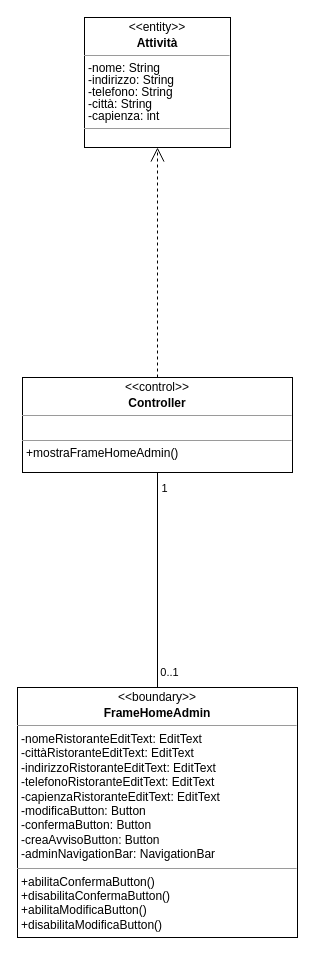
Earlier version of the draw.io diagram Documentazione/Class Diagram/Analisi/drawio/Analysis Class Diagram - Personalizza Attività.drawio (vittorioruggiero/Progetto-IngSw). Source tidied: cells renumbered, new cells numbered last; positions are measured from the earlier drawing's top-left corner, leaving out a move shared by most shapes. Both pictures are drawn from the tidied source at 100%, with x=0, y=0 at pixel (17, 17).
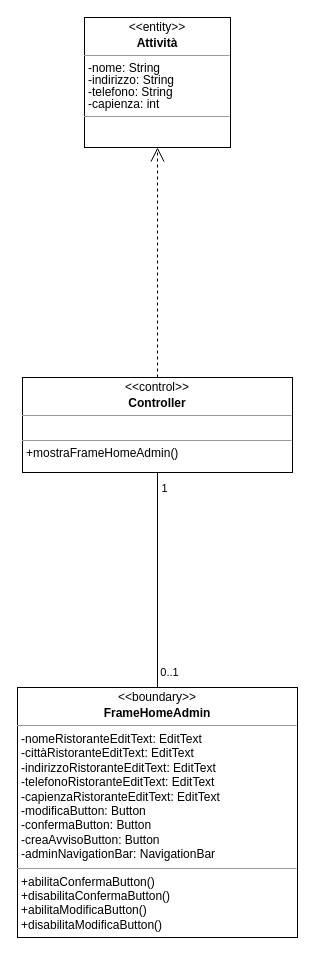
The same page after the edit.

Commit message (it also covers changes not shown here):
piccole modifiche class diagram

Diff of the diagram source:
```diff
@@
 <mxGraphModel>
   <root>
     <mxCell id="0" />
     <mxCell id="1" parent="0" />
     <mxCell id="2" value="&lt;p style=&quot;margin: 4px 0px 0px; text-align: center; line-height: 100%;&quot;&gt;&amp;lt;&amp;lt;boundary&amp;gt;&amp;gt;&lt;/p&gt;&lt;p style=&quot;margin: 4px 0px 0px; text-align: center; line-height: 100%;&quot;&gt;&lt;b&gt;FrameHomeAdmin&lt;/b&gt;&lt;/p&gt;&lt;hr size=&quot;1&quot;&gt;&lt;p style=&quot;margin:0px;margin-left:4px;&quot;&gt;-nomeRistoranteEditText: EditText&lt;/p&gt;&lt;p style=&quot;margin:0px;margin-left:4px;&quot;&gt;&lt;span style=&quot;background-color: initial;&quot;&gt;-cittàRistoranteEditText: EditText&lt;/span&gt;&lt;/p&gt;&lt;p style=&quot;margin:0px;margin-left:4px;&quot;&gt;&lt;span style=&quot;background-color: initial;&quot;&gt;-indirizzoRistoranteEditText: EditText&lt;/span&gt;&lt;/p&gt;&lt;p style=&quot;margin:0px;margin-left:4px;&quot;&gt;&lt;span style=&quot;background-color: initial;&quot;&gt;-telefonoRistoranteEditText: EditText&lt;/span&gt;&lt;/p&gt;&lt;p style=&quot;margin:0px;margin-left:4px;&quot;&gt;-capienzaRistoranteEditText: EditText&lt;/p&gt;&lt;p style=&quot;margin:0px;margin-left:4px;&quot;&gt;-modificaButton: Button&lt;/p&gt;&lt;p style=&quot;margin:0px;margin-left:4px;&quot;&gt;-confermaButton: Button&lt;/p&gt;&lt;p style=&quot;margin:0px;margin-left:4px;&quot;&gt;-creaAvvisoButton: Button&lt;/p&gt;&lt;p style=&quot;margin:0px;margin-left:4px;&quot;&gt;&lt;span style=&quot;background-color: initial;&quot;&gt;-adminNavigationBar: NavigationBar&lt;/span&gt;&lt;br&gt;&lt;/p&gt;&lt;hr size=&quot;1&quot;&gt;&lt;p style=&quot;margin:0px;margin-left:4px;&quot;&gt;&lt;span style=&quot;background-color: initial;&quot;&gt;+abilitaConfermaButton()&lt;/span&gt;&lt;br&gt;&lt;/p&gt;&lt;p style=&quot;margin:0px;margin-left:4px;&quot;&gt;+disabilitaConfermaButton()&lt;br&gt;&lt;/p&gt;&lt;p style=&quot;margin:0px;margin-left:4px;&quot;&gt;+abilitaModificaButton()&lt;/p&gt;&lt;p style=&quot;margin:0px;margin-left:4px;&quot;&gt;+disabilitaModificaButton()&lt;/p&gt;" style="verticalAlign=top;align=left;overflow=fill;fontSize=12;fontFamily=Helvetica;html=1;spacing=2;" parent="1" vertex="1">
       <mxGeometry y="670" width="280" height="250" as="geometry" />
     </mxCell>
     <mxCell id="3" value="&lt;p style=&quot;margin: 4px 0px 0px; text-align: center; line-height: 100%;&quot;&gt;&amp;lt;&amp;lt;control&amp;gt;&amp;gt;&lt;/p&gt;&lt;p style=&quot;margin: 4px 0px 0px; text-align: center; line-height: 100%;&quot;&gt;&lt;b&gt;Controller&lt;/b&gt;&lt;/p&gt;&lt;hr size=&quot;1&quot;&gt;&lt;p style=&quot;margin: 0px 0px 0px 4px; line-height: 100%;&quot;&gt;&lt;br&gt;&lt;/p&gt;&lt;hr size=&quot;1&quot;&gt;&lt;p style=&quot;margin: 0px 0px 0px 4px; line-height: 100%;&quot;&gt;+mostraFrameHomeAdmin()&lt;/p&gt;&lt;p style=&quot;margin: 0px 0px 0px 4px; line-height: 100%;&quot;&gt;&lt;br&gt;&lt;/p&gt;" style="verticalAlign=top;align=left;overflow=fill;fontSize=12;fontFamily=Helvetica;html=1;" parent="1" vertex="1">
       <mxGeometry x="5" y="360" width="270" height="95" as="geometry" />
     </mxCell>
     <mxCell id="4" style="endArrow=none;html=1;rounded=0;exitX=0.5;exitY=0;exitDx=0;exitDy=0;entryX=0.5;entryY=1;entryDx=0;entryDy=0;" parent="1" edge="1" source="2" target="3">
       <mxGeometry relative="1" as="geometry" />
     </mxCell>
     <mxCell id="5" value="1&lt;br&gt;" style="edgeLabel;html=1;align=center;verticalAlign=middle;labelBackgroundColor=none;" parent="4" vertex="1">
       <mxGeometry x="0.83" y="-3" relative="1" as="geometry">
         <mxPoint x="3" y="-3" as="offset" />
       </mxGeometry>
     </mxCell>
     <mxCell id="6" value="0..1" style="edgeLabel;html=1;align=center;verticalAlign=middle;labelBackgroundColor=none;" parent="4" vertex="1">
       <mxGeometry x="-0.81" y="-2" relative="1" as="geometry">
         <mxPoint x="9" y="4" as="offset" />
       </mxGeometry>
     </mxCell>
-    <mxCell id="7" value="&lt;p style=&quot;margin: 4px 0px 0px; text-align: center; line-height: 100%;&quot;&gt;&amp;lt;&amp;lt;entity&amp;gt;&amp;gt;&lt;/p&gt;&lt;p style=&quot;margin: 4px 0px 0px; text-align: center; line-height: 100%;&quot;&gt;&lt;b&gt;Attività&lt;/b&gt;&lt;/p&gt;&lt;hr style=&quot;line-height: 100%;&quot; size=&quot;1&quot;&gt;&lt;p style=&quot;margin: 0px 0px 0px 4px; line-height: 100%;&quot;&gt;-nome: String&lt;/p&gt;&lt;p style=&quot;margin: 0px 0px 0px 4px; line-height: 100%;&quot;&gt;-indirizzo: String&lt;/p&gt;&lt;p style=&quot;margin: 0px 0px 0px 4px; line-height: 100%;&quot;&gt;-telefono: String&lt;/p&gt;&lt;p style=&quot;margin: 0px 0px 0px 4px; line-height: 100%;&quot;&gt;-città: String&lt;/p&gt;&lt;p style=&quot;margin: 0px 0px 0px 4px; line-height: 100%;&quot;&gt;-capienza: int&lt;/p&gt;&lt;hr style=&quot;line-height: 100%;&quot; size=&quot;1&quot;&gt;&lt;p style=&quot;margin: 0px 0px 0px 4px; line-height: 100%;&quot;&gt;&lt;br&gt;&lt;/p&gt;" style="verticalAlign=top;align=left;overflow=fill;fontSize=12;fontFamily=Helvetica;html=1;strokeColor=#000000;" parent="1" vertex="1">
+    <mxCell id="7" value="&lt;p style=&quot;margin: 4px 0px 0px; text-align: center; line-height: 100%;&quot;&gt;&amp;lt;&amp;lt;entity&amp;gt;&amp;gt;&lt;/p&gt;&lt;p style=&quot;margin: 4px 0px 0px; text-align: center; line-height: 100%;&quot;&gt;&lt;b&gt;Attività&lt;/b&gt;&lt;/p&gt;&lt;hr style=&quot;line-height: 100%;&quot; size=&quot;1&quot;&gt;&lt;p style=&quot;margin: 0px 0px 0px 4px; line-height: 100%;&quot;&gt;-nome: String&lt;/p&gt;&lt;p style=&quot;margin: 0px 0px 0px 4px; line-height: 100%;&quot;&gt;-indirizzo: String&lt;/p&gt;&lt;p style=&quot;margin: 0px 0px 0px 4px; line-height: 100%;&quot;&gt;-telefono: String&lt;/p&gt;&lt;p style=&quot;margin: 0px 0px 0px 4px; line-height: 100%;&quot;&gt;&lt;span style=&quot;background-color: initial;&quot;&gt;-capienza: int&lt;/span&gt;&lt;br&gt;&lt;/p&gt;&lt;hr style=&quot;line-height: 100%;&quot; size=&quot;1&quot;&gt;&lt;p style=&quot;margin: 0px 0px 0px 4px; line-height: 100%;&quot;&gt;&lt;br&gt;&lt;/p&gt;" style="verticalAlign=top;align=left;overflow=fill;fontSize=12;fontFamily=Helvetica;html=1;strokeColor=#000000;" parent="1" vertex="1">
       <mxGeometry x="67" width="146" height="130" as="geometry" />
     </mxCell>
     <mxCell id="8" value="Use" style="endArrow=open;endSize=12;dashed=1;rounded=0;exitX=0.5;exitY=0;exitDx=0;exitDy=0;entryX=0.5;entryY=1;entryDx=0;entryDy=0;textOpacity=0;" parent="1" edge="1" source="3" target="7">
       <mxGeometry relative="1" as="geometry" />
     </mxCell>
   </root>
 </mxGraphModel>
```
